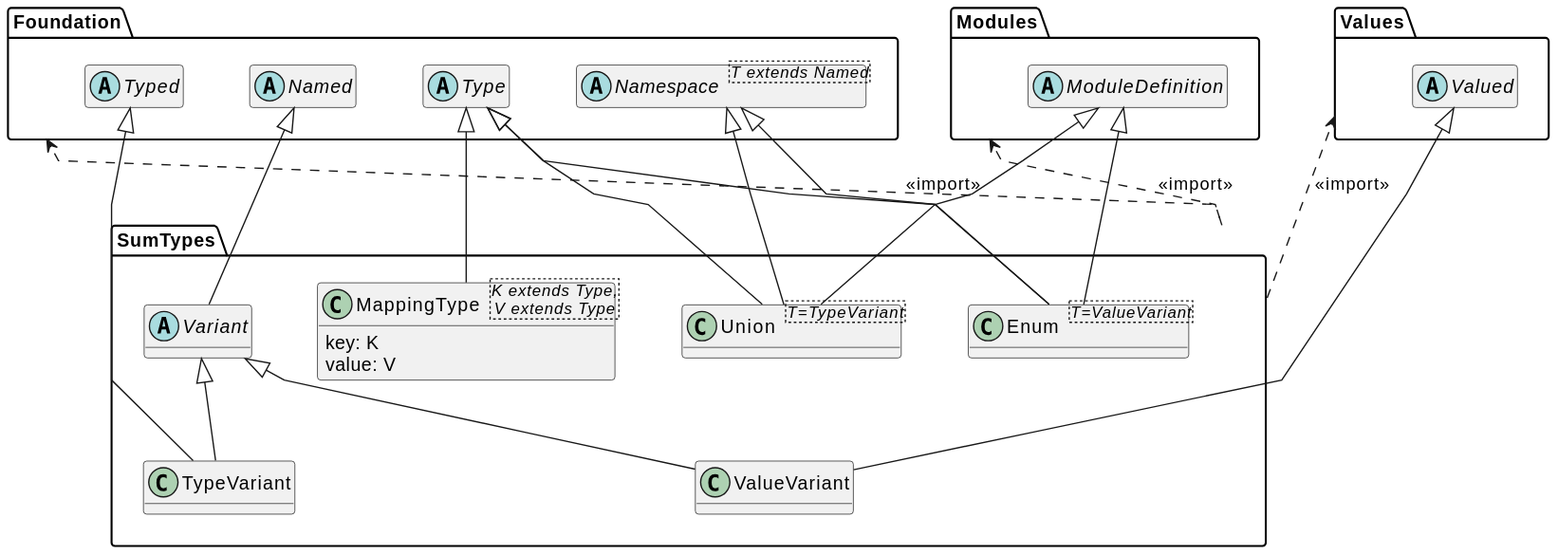
This is docs/metamodel-sum-types.svg from sdm-lang/sdml-io, a PlantUML export, as it was before one commit.
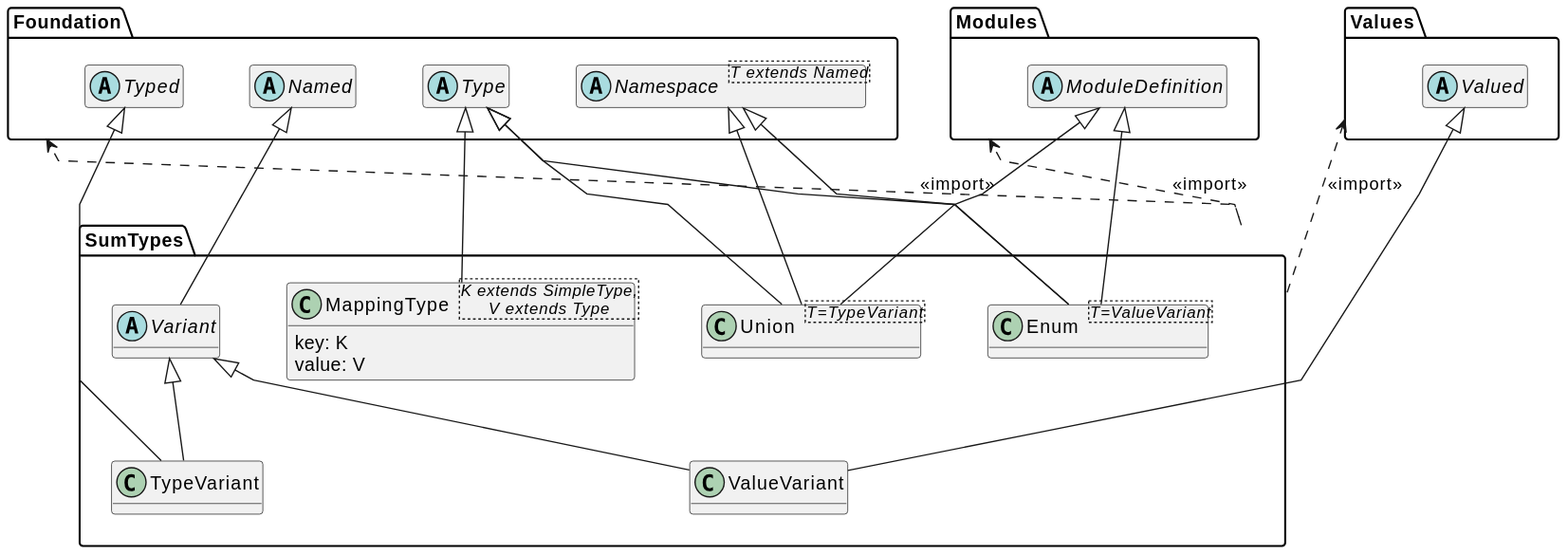
Above is the later version.

Diff of the diagram source:
```diff
@@ -25,9 +25,6 @@
 package SumTypes {
     class "Enum<T=ValueVariant>" as g_Enum {}
     class "Union<T=TypeVariant>" as g_Union {}
-    abstract class Variant {}
-    class TypeVariant {}
-    class ValueVariant {}
 
     g_Enum -up-|> Type
     g_Enum -up-|> ModuleDefinition
@@ -37,13 +34,17 @@
     g_Union -up-|> ModuleDefinition
     g_Union -up-|> g_Namespace
 
+    abstract class Variant {}
+    class TypeVariant {}
+    class ValueVariant {}
+
     Variant -up-|> Named
     TypeVariant -up-|> Variant
     TypeVariant -up-|> Typed
     ValueVariant -up-|> Variant
     ValueVariant -up-|> Valued
 
-    class "MappingType<K extends Type,\nV extends Type>" as g_MappingType {
+    class "MappingType<K extends SimpleType,\nV extends Type>" as g_MappingType {
         key: K
         value: V
     }
```
